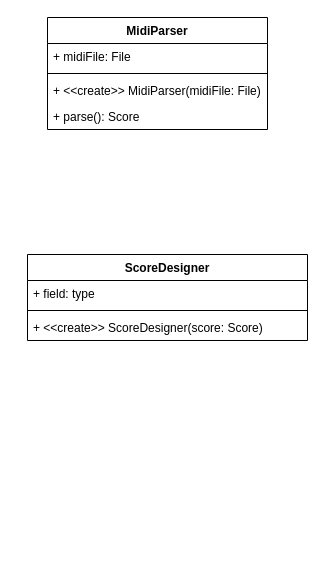
The draw.io diagram docs/flowcharts/3 classes.drawio in Bingergie/midi2musicxml, before the edit. Source tidied: cells renumbered, new cells numbered last; positions are measured from the earlier drawing's top-left corner, leaving out a move shared by most shapes. Both pictures are drawn from the tidied source at 100%, with x=0, y=0 at pixel (27, 17).
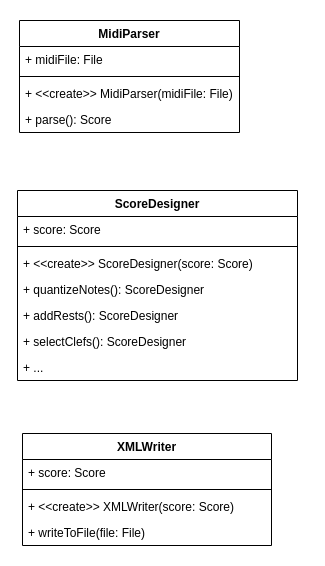
The same page after the edit.

Diff of the diagram source:
```diff
@@
 <mxGraphModel>
   <root>
     <mxCell id="0" />
     <mxCell id="1" parent="0" />
     <mxCell id="2" value="MidiParser" style="swimlane;fontStyle=1;align=center;verticalAlign=top;horizontal=1;startSize=26;whiteSpace=wrap;html=1;" parent="1" vertex="1">
-      <mxGeometry x="20" width="220" height="112" as="geometry" />
+      <mxGeometry x="-8" y="3" width="220" height="112" as="geometry" />
     </mxCell>
     <mxCell id="3" value="+ midiFile: File" style="text;strokeColor=none;fillColor=none;align=left;verticalAlign=top;spacingLeft=4;spacingRight=4;overflow=hidden;whiteSpace=wrap;html=1;" parent="2" vertex="1">
       <mxGeometry y="26" width="220" height="26" as="geometry" />
     </mxCell>
     <mxCell id="4" style="line;strokeWidth=1;fillColor=none;align=left;verticalAlign=middle;spacingTop=-1;spacingLeft=3;spacingRight=3;labelPosition=right;strokeColor=inherit;" parent="2" vertex="1">
       <mxGeometry y="52" width="220" height="8" as="geometry" />
     </mxCell>
     <mxCell id="5" value="+ &amp;lt;&amp;lt;create&amp;gt;&amp;gt; MidiParser(midiFile: File)" style="text;strokeColor=none;fillColor=none;align=left;verticalAlign=top;spacingLeft=4;spacingRight=4;overflow=hidden;whiteSpace=wrap;html=1;" parent="2" vertex="1">
       <mxGeometry y="60" width="220" height="26" as="geometry" />
     </mxCell>
     <mxCell id="6" value="+ parse(): Score" style="text;strokeColor=none;fillColor=none;align=left;verticalAlign=top;spacingLeft=4;spacingRight=4;overflow=hidden;whiteSpace=wrap;html=1;" parent="2" vertex="1">
       <mxGeometry y="86" width="220" height="26" as="geometry" />
     </mxCell>
     <mxCell id="7" value="ScoreDesigner" style="swimlane;fontStyle=1;align=center;verticalAlign=top;horizontal=1;startSize=26;whiteSpace=wrap;html=1;" parent="1" vertex="1">
-      <mxGeometry y="237" width="280" height="86" as="geometry" />
+      <mxGeometry x="-10" y="173" width="280" height="190" as="geometry" />
     </mxCell>
-    <mxCell id="8" value="+ field: type" style="text;strokeColor=none;fillColor=none;align=left;verticalAlign=top;spacingLeft=4;spacingRight=4;overflow=hidden;whiteSpace=wrap;html=1;" parent="7" vertex="1">
+    <mxCell id="8" value="+ score: Score" style="text;strokeColor=none;fillColor=none;align=left;verticalAlign=top;spacingLeft=4;spacingRight=4;overflow=hidden;whiteSpace=wrap;html=1;" parent="7" vertex="1">
       <mxGeometry y="26" width="280" height="26" as="geometry" />
     </mxCell>
     <mxCell id="9" style="line;strokeWidth=1;fillColor=none;align=left;verticalAlign=middle;spacingTop=-1;spacingLeft=3;spacingRight=3;labelPosition=right;strokeColor=inherit;" parent="7" vertex="1">
       <mxGeometry y="52" width="280" height="8" as="geometry" />
     </mxCell>
     <mxCell id="10" value="+ &amp;lt;&amp;lt;create&amp;gt;&amp;gt; ScoreDesigner(score: Score)" style="text;strokeColor=none;fillColor=none;align=left;verticalAlign=top;spacingLeft=4;spacingRight=4;overflow=hidden;whiteSpace=wrap;html=1;" parent="7" vertex="1">
       <mxGeometry y="60" width="280" height="26" as="geometry" />
     </mxCell>
+    <mxCell id="11" value="+ quantizeNotes(): ScoreDesigner" style="text;strokeColor=none;fillColor=none;align=left;verticalAlign=top;spacingLeft=4;spacingRight=4;overflow=hidden;whiteSpace=wrap;html=1;" parent="7" vertex="1">
+      <mxGeometry y="86" width="280" height="26" as="geometry" />
+    </mxCell>
+    <mxCell id="12" value="+ addRests(): ScoreDesigner" style="text;strokeColor=none;fillColor=none;align=left;verticalAlign=top;spacingLeft=4;spacingRight=4;overflow=hidden;whiteSpace=wrap;html=1;" parent="7" vertex="1">
+      <mxGeometry y="112" width="280" height="26" as="geometry" />
+    </mxCell>
+    <mxCell id="13" value="+ selectClefs(): ScoreDesigner" style="text;strokeColor=none;fillColor=none;align=left;verticalAlign=top;spacingLeft=4;spacingRight=4;overflow=hidden;whiteSpace=wrap;html=1;" parent="7" vertex="1">
+      <mxGeometry y="138" width="280" height="26" as="geometry" />
+    </mxCell>
+    <mxCell id="14" value="+ ..." style="text;strokeColor=none;fillColor=none;align=left;verticalAlign=top;spacingLeft=4;spacingRight=4;overflow=hidden;whiteSpace=wrap;html=1;" parent="7" vertex="1">
+      <mxGeometry y="164" width="280" height="26" as="geometry" />
+    </mxCell>
+    <mxCell id="15" value="XMLWriter" style="swimlane;fontStyle=1;align=center;verticalAlign=top;horizontal=1;startSize=26;whiteSpace=wrap;html=1;" parent="1" vertex="1">
+      <mxGeometry x="-5" y="416" width="249" height="112" as="geometry" />
+    </mxCell>
+    <mxCell id="16" value="+ score: Score" style="text;strokeColor=none;fillColor=none;align=left;verticalAlign=top;spacingLeft=4;spacingRight=4;overflow=hidden;whiteSpace=wrap;html=1;" parent="15" vertex="1">
+      <mxGeometry y="26" width="249" height="26" as="geometry" />
+    </mxCell>
+    <mxCell id="17" style="line;strokeWidth=1;fillColor=none;align=left;verticalAlign=middle;spacingTop=-1;spacingLeft=3;spacingRight=3;labelPosition=right;strokeColor=inherit;" parent="15" vertex="1">
+      <mxGeometry y="52" width="249" height="8" as="geometry" />
+    </mxCell>
+    <mxCell id="18" value="+ &amp;lt;&amp;lt;create&amp;gt;&amp;gt; XMLWriter(score: Score)" style="text;strokeColor=none;fillColor=none;align=left;verticalAlign=top;spacingLeft=4;spacingRight=4;overflow=hidden;whiteSpace=wrap;html=1;" parent="15" vertex="1">
+      <mxGeometry y="60" width="249" height="26" as="geometry" />
+    </mxCell>
+    <mxCell id="19" value="+ writeToFile(file: File)" style="text;strokeColor=none;fillColor=none;align=left;verticalAlign=top;spacingLeft=4;spacingRight=4;overflow=hidden;whiteSpace=wrap;html=1;" parent="15" vertex="1">
+      <mxGeometry y="86" width="249" height="26" as="geometry" />
+    </mxCell>
   </root>
 </mxGraphModel>
```
